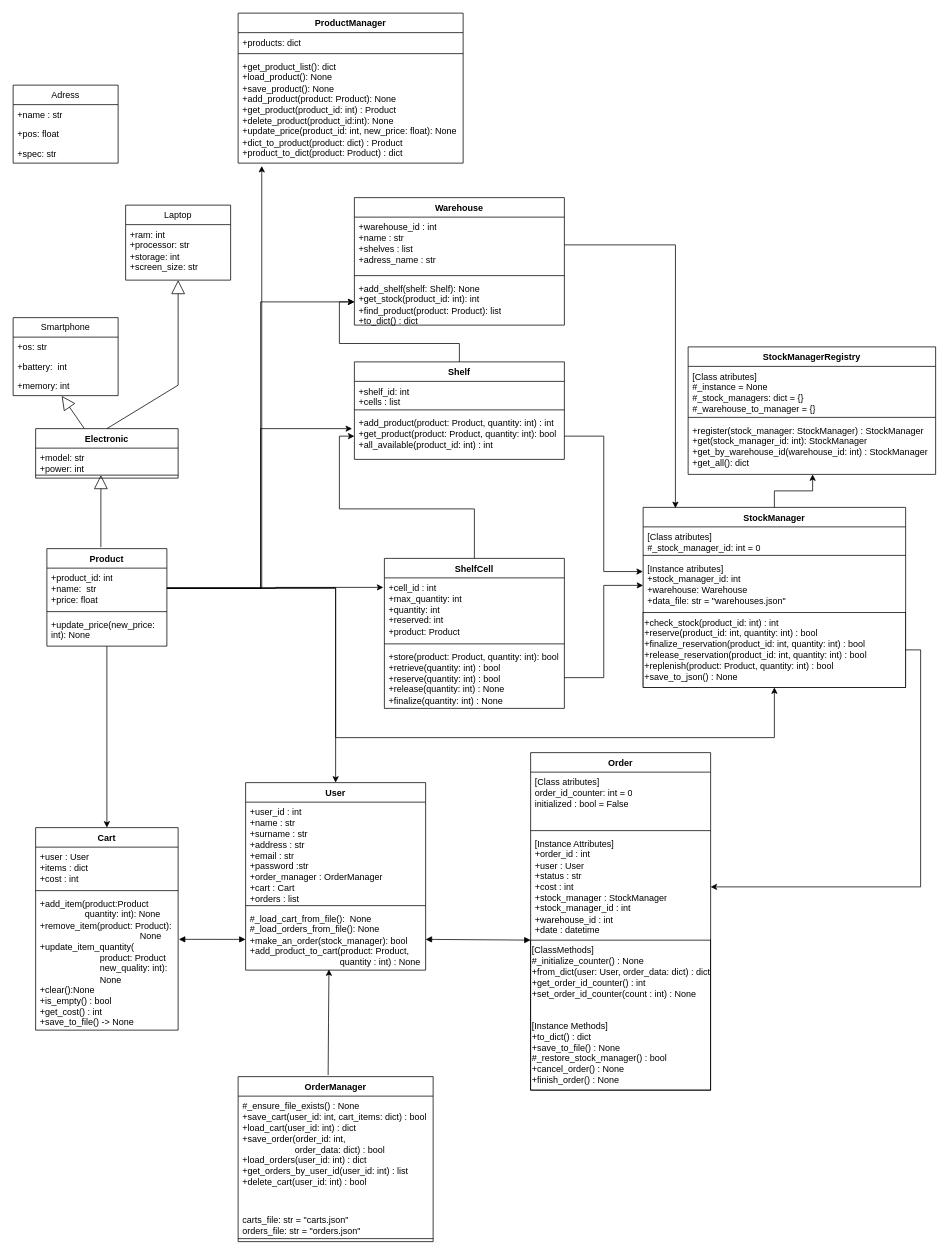
Before: ДиаграммаКлассов.drawio in Ku7ara4a/LabRab1, a draw.io diagram. Source tidied: cells renumbered, new cells numbered last; positions are measured from the earlier drawing's top-left corner, leaving out a move shared by most shapes. Both pictures are drawn from the tidied source at 75%, with x=0, y=0 at pixel (13, 13).
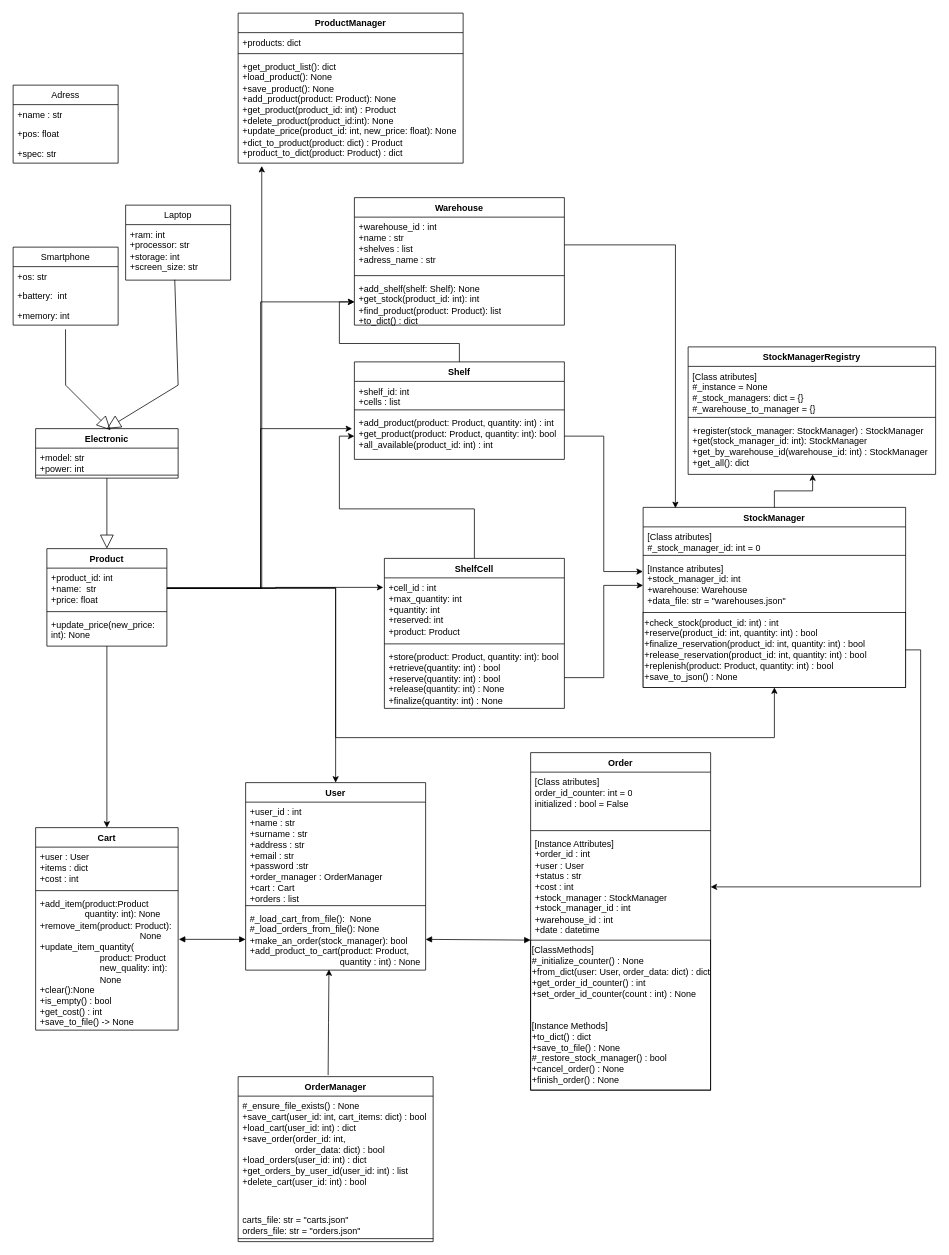
The same diagram, later.

Commit message:
Добавил Диаграмму классов

The change refers to these unchanged cells:
```xml
<mxCell id="24" value="Product" style="swimlane;fontStyle=1;align=center;verticalAlign=top;horizontal=1;startSize=26;whiteSpace=wrap;html=1;" parent="1" vertex="1">
  <mxGeometry x="45" y="714" width="160" height="130" as="geometry" />
</mxCell>
<mxCell id="28" value="Electronic" style="swimlane;fontStyle=1;align=center;verticalAlign=top;horizontal=1;startSize=26;whiteSpace=wrap;html=1;" parent="1" vertex="1">
  <mxGeometry x="30" y="554" width="190" height="66" as="geometry" />
</mxCell>
<mxCell id="31" style="line;strokeWidth=1;fillColor=none;align=left;verticalAlign=middle;spacingTop=-1;spacingLeft=3;spacingRight=3;labelPosition=right;points=[];portConstraint=eastwest;strokeColor=inherit;" parent="28" vertex="1">
  <mxGeometry y="58" width="190" height="8" as="geometry" />
</mxCell>
<mxCell id="36" value="+memory: int" style="text;strokeColor=none;fillColor=none;align=left;verticalAlign=top;spacingLeft=4;spacingRight=4;overflow=hidden;points=[[0,0.5],[1,0.5]];portConstraint=eastwest;whiteSpace=wrap;html=1;" parent="33" vertex="1">
  <mxGeometry y="78" width="140" height="26" as="geometry" />
</mxCell>
<mxCell id="38" value="+ram: int&lt;div&gt;+processor: str&lt;/div&gt;&lt;div&gt;+storage: int&lt;/div&gt;&lt;div&gt;+screen_size: str&lt;/div&gt;" style="text;strokeColor=none;fillColor=none;align=left;verticalAlign=top;spacingLeft=4;spacingRight=4;overflow=hidden;points=[[0,0.5],[1,0.5]];portConstraint=eastwest;whiteSpace=wrap;html=1;" parent="37" vertex="1">
  <mxGeometry y="26" width="140" height="74" as="geometry" />
</mxCell>
```

What changed in the source:
```diff
@@
-    <mxCell id="29" style="endArrow=block;endSize=16;endFill=0;html=1;rounded=0;entryX=0.463;entryY=1.016;entryDx=0;entryDy=0;entryPerimeter=0;" parent="28" edge="1" target="36">
-      <mxGeometry relative="1" as="geometry">
-        <mxPoint x="65" as="sourcePoint" />
-      </mxGeometry>
-    </mxCell>
@@
-    <mxCell id="32" style="endArrow=block;endSize=16;endFill=0;html=1;rounded=0;exitX=0.45;exitY=-0.015;exitDx=0;exitDy=0;exitPerimeter=0;entryX=0.458;entryY=0.5;entryDx=0;entryDy=0;entryPerimeter=0;" parent="1" edge="1" source="24" target="31">
-      <mxGeometry relative="1" as="geometry" />
-    </mxCell>
     <mxCell id="33" value="Smartphone" style="swimlane;fontStyle=0;horizontal=1;startSize=26;fillColor=none;whiteSpace=wrap;html=1;" parent="1" vertex="1">
-      <mxGeometry y="406" width="140" height="104" as="geometry" />
+      <mxGeometry y="312" width="140" height="104" as="geometry" />
     </mxCell>
@@
-    <mxCell id="39" style="endArrow=block;endSize=16;endFill=0;html=1;rounded=0;exitX=0.5;exitY=0;exitDx=0;exitDy=0;" parent="1" edge="1" source="28">
-      <mxGeometry relative="1" as="geometry">
-        <mxPoint x="220" y="356" as="targetPoint" />
-        <Array as="points">
-          <mxPoint x="220" y="496" />
-          <mxPoint x="220" y="406" />
-        </Array>
-      </mxGeometry>
-    </mxCell>
@@
+    <mxCell id="81" style="endArrow=block;endSize=16;endFill=0;html=1;rounded=0;exitX=0.468;exitY=0.994;exitDx=0;exitDy=0;exitPerimeter=0;entryX=0.5;entryY=0;entryDx=0;entryDy=0;" parent="1" edge="1" source="38" target="28">
+      <mxGeometry relative="1" as="geometry">
+        <Array as="points">
+          <mxPoint x="220" y="496" />
+        </Array>
+      </mxGeometry>
+    </mxCell>
+    <mxCell id="82" style="endArrow=block;endSize=16;endFill=0;html=1;rounded=0;exitX=0.499;exitY=1.214;exitDx=0;exitDy=0;exitPerimeter=0;" parent="1" edge="1" source="36">
+      <mxGeometry relative="1" as="geometry">
+        <mxPoint x="130" y="556" as="targetPoint" />
+        <Array as="points">
+          <mxPoint x="70" y="496" />
+        </Array>
+      </mxGeometry>
+    </mxCell>
+    <mxCell id="83" style="endArrow=block;endSize=16;endFill=0;html=1;rounded=0;exitX=0.5;exitY=1;exitDx=0;exitDy=0;entryX=0.5;entryY=0;entryDx=0;entryDy=0;" parent="1" edge="1" source="28" target="24">
+      <mxGeometry relative="1" as="geometry" />
+    </mxCell>
```
